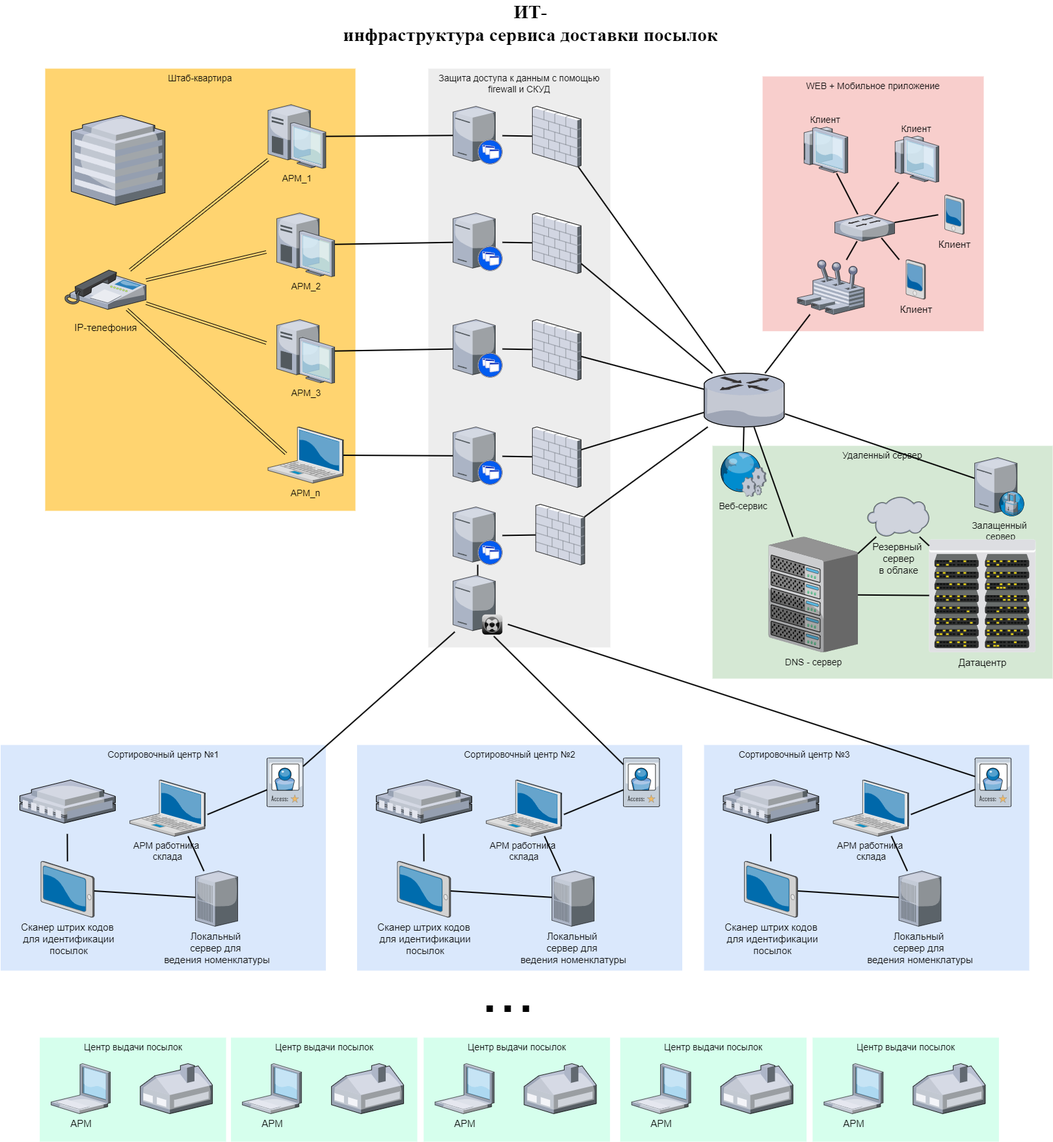
Before: ит инфраструктурус.png, a diagram exported from draw.io (CyM4aTblu/SIAOD_1_3). Source tidied: cells renumbered, new cells last; positions are measured from the earlier drawing's top-left corner, leaving out a move shared by most shapes.
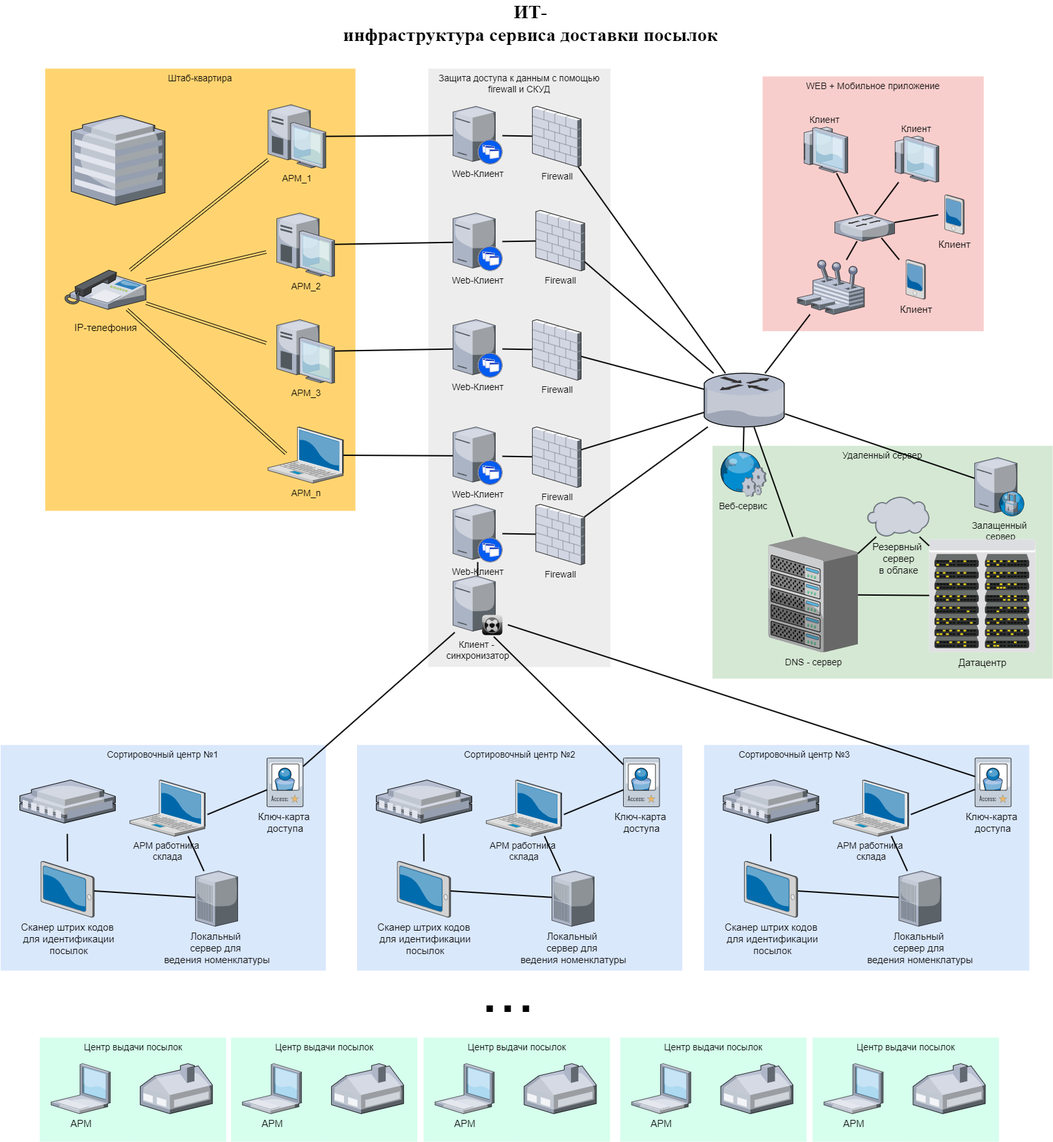
Later version of the same file.

What changed in the source:
```diff
@@ -9,7 +9,7 @@
       <mxGeometry x="1094" y="670" width="523" height="358" as="geometry" />
     </mxCell>
     <mxCell id="4" value="Защита доступа к данным с помощью firewall и СКУД" style="whiteSpace=wrap;html=1;fillColor=#EDEDED;fontSize=14;strokeColor=none;verticalAlign=top;" parent="1" vertex="1">
-      <mxGeometry x="657" y="90" width="280" height="890" as="geometry" />
+      <mxGeometry x="657" y="90" width="280" height="920" as="geometry" />
     </mxCell>
     <mxCell id="5" value="Сортировочный центр №1" style="whiteSpace=wrap;html=1;fillColor=#dae8fc;fontSize=14;strokeColor=none;verticalAlign=top;" parent="1" vertex="1">
       <mxGeometry x="-0.5" y="1130" width="500" height="347" as="geometry" />
@@ -47,31 +47,31 @@
     <mxCell id="16" style="edgeStyle=none;rounded=0;html=1;startSize=10;endSize=10;jettySize=auto;fontSize=14;endArrow=none;endFill=0;strokeWidth=2;" parent="1" edge="1" source="17" target="42">
       <mxGeometry relative="1" as="geometry" />
     </mxCell>
-    <mxCell id="17" style="verticalLabelPosition=bottom;html=1;verticalAlign=top;strokeColor=none;shape=mxgraph.citrix.xenapp_server;fillColor=#66B2FF;gradientColor=#0066CC;fontSize=14;" parent="1" vertex="1">
-      <mxGeometry x="695" y="764" width="76" height="89" as="geometry" />
+    <mxCell id="17" value="Web-Клиент" style="verticalLabelPosition=bottom;html=1;verticalAlign=top;strokeColor=none;shape=mxgraph.citrix.xenapp_server;fillColor=#66B2FF;gradientColor=#0066CC;fontSize=14;" parent="1" vertex="1">
+      <mxGeometry x="695" y="760" width="76" height="89" as="geometry" />
     </mxCell>
     <mxCell id="18" style="edgeStyle=none;rounded=0;html=1;startSize=10;endSize=10;jettySize=auto;fontSize=14;endArrow=none;endFill=0;strokeWidth=2;" parent="1" edge="1" source="19" target="40">
       <mxGeometry relative="1" as="geometry" />
     </mxCell>
-    <mxCell id="19" style="verticalLabelPosition=bottom;html=1;verticalAlign=top;strokeColor=none;shape=mxgraph.citrix.xenapp_server;fillColor=#66B2FF;gradientColor=#0066CC;fontSize=14;" parent="1" vertex="1">
+    <mxCell id="19" value="Web-Клиент" style="verticalLabelPosition=bottom;html=1;verticalAlign=top;strokeColor=none;shape=mxgraph.citrix.xenapp_server;fillColor=#66B2FF;gradientColor=#0066CC;fontSize=14;" parent="1" vertex="1">
       <mxGeometry x="695" y="641" width="76" height="89" as="geometry" />
     </mxCell>
     <mxCell id="20" style="edgeStyle=none;rounded=0;html=1;startSize=10;endSize=10;jettySize=auto;fontSize=14;endArrow=none;endFill=0;strokeWidth=2;" parent="1" edge="1" source="21" target="38">
       <mxGeometry relative="1" as="geometry" />
     </mxCell>
-    <mxCell id="21" style="verticalLabelPosition=bottom;html=1;verticalAlign=top;strokeColor=none;shape=mxgraph.citrix.xenapp_server;fillColor=#66B2FF;gradientColor=#0066CC;fontSize=14;" parent="1" vertex="1">
+    <mxCell id="21" value="Web-Клиент" style="verticalLabelPosition=bottom;html=1;verticalAlign=top;strokeColor=none;shape=mxgraph.citrix.xenapp_server;fillColor=#66B2FF;gradientColor=#0066CC;fontSize=14;" parent="1" vertex="1">
       <mxGeometry x="695" y="476" width="76" height="89" as="geometry" />
     </mxCell>
     <mxCell id="22" style="edgeStyle=none;rounded=0;html=1;startSize=10;endSize=10;jettySize=auto;fontSize=14;endArrow=none;endFill=0;strokeWidth=2;" parent="1" edge="1" source="23" target="36">
       <mxGeometry relative="1" as="geometry" />
     </mxCell>
-    <mxCell id="23" style="verticalLabelPosition=bottom;html=1;verticalAlign=top;strokeColor=none;shape=mxgraph.citrix.xenapp_server;fillColor=#66B2FF;gradientColor=#0066CC;fontSize=14;" parent="1" vertex="1">
+    <mxCell id="23" value="Web-Клиент" style="verticalLabelPosition=bottom;html=1;verticalAlign=top;strokeColor=none;shape=mxgraph.citrix.xenapp_server;fillColor=#66B2FF;gradientColor=#0066CC;fontSize=14;" parent="1" vertex="1">
       <mxGeometry x="695" y="312" width="76" height="89" as="geometry" />
     </mxCell>
     <mxCell id="24" style="edgeStyle=none;rounded=0;html=1;startSize=10;endSize=10;jettySize=auto;fontSize=14;endArrow=none;endFill=0;strokeWidth=2;" parent="1" edge="1" source="25" target="34">
       <mxGeometry relative="1" as="geometry" />
     </mxCell>
-    <mxCell id="25" style="verticalLabelPosition=bottom;html=1;verticalAlign=top;strokeColor=none;shape=mxgraph.citrix.xenapp_server;fillColor=#66B2FF;gradientColor=#0066CC;fontSize=14;" parent="1" vertex="1">
+    <mxCell id="25" value="Web-Клиент" style="verticalLabelPosition=bottom;html=1;verticalAlign=top;strokeColor=none;shape=mxgraph.citrix.xenapp_server;fillColor=#66B2FF;gradientColor=#0066CC;fontSize=14;" parent="1" vertex="1">
       <mxGeometry x="695" y="148" width="76" height="89" as="geometry" />
     </mxCell>
     <mxCell id="26" style="edgeStyle=none;rounded=0;html=1;startSize=10;endSize=10;jettySize=auto;fontSize=14;endArrow=none;endFill=0;strokeWidth=2;" parent="1" edge="1" source="29" target="32">
@@ -89,8 +89,8 @@
     <mxCell id="30" style="edgeStyle=none;rounded=0;html=1;startSize=10;endSize=10;jettySize=auto;fontSize=14;endArrow=none;endFill=0;strokeWidth=2;" parent="1" edge="1" source="31" target="17">
       <mxGeometry relative="1" as="geometry" />
     </mxCell>
-    <mxCell id="31" style="verticalLabelPosition=bottom;html=1;verticalAlign=top;strokeColor=none;shape=mxgraph.citrix.xenclient_synchronizer;fillColor=#CCCCCC;gradientColor=#000000;gradientDirection=south;fontSize=14;" parent="1" vertex="1">
-      <mxGeometry x="695" y="869.2" width="76" height="91" as="geometry" />
+    <mxCell id="31" value="Клиент - &lt;br&gt;синхронизатор" style="verticalLabelPosition=bottom;html=1;verticalAlign=top;strokeColor=none;shape=mxgraph.citrix.xenclient_synchronizer;fillColor=#CCCCCC;gradientColor=#000000;gradientDirection=south;fontSize=14;" parent="1" vertex="1">
+      <mxGeometry x="695" y="870" width="76" height="91" as="geometry" />
     </mxCell>
     <mxCell id="32" value="DNS - сервер" style="verticalLabelPosition=bottom;html=1;verticalAlign=top;strokeColor=none;shape=mxgraph.citrix.chassis;fillColor=#66B2FF;gradientColor=#0066CC;fontSize=14;" parent="1" vertex="1">
       <mxGeometry x="1180" y="810" width="137.5" height="177.5" as="geometry" />
@@ -98,31 +98,31 @@
     <mxCell id="33" style="edgeStyle=none;rounded=0;html=1;startSize=10;endSize=10;jettySize=auto;fontSize=14;endArrow=none;endFill=0;strokeWidth=2;" parent="1" edge="1" source="34" target="29">
       <mxGeometry relative="1" as="geometry" />
     </mxCell>
-    <mxCell id="34" style="verticalLabelPosition=bottom;html=1;verticalAlign=top;strokeColor=none;shape=mxgraph.citrix.firewall;fillColor=#66B2FF;gradientColor=#0066CC;fontSize=14;" parent="1" vertex="1">
+    <mxCell id="34" value="Firewall" style="verticalLabelPosition=bottom;html=1;verticalAlign=top;strokeColor=none;shape=mxgraph.citrix.firewall;fillColor=#66B2FF;gradientColor=#0066CC;fontSize=14;" parent="1" vertex="1">
       <mxGeometry x="817" y="148" width="75" height="93" as="geometry" />
     </mxCell>
     <mxCell id="35" style="edgeStyle=none;rounded=0;html=1;startSize=10;endSize=10;jettySize=auto;fontSize=14;endArrow=none;endFill=0;strokeWidth=2;" parent="1" edge="1" source="36" target="29">
       <mxGeometry relative="1" as="geometry" />
     </mxCell>
-    <mxCell id="36" style="verticalLabelPosition=bottom;html=1;verticalAlign=top;strokeColor=none;shape=mxgraph.citrix.firewall;fillColor=#66B2FF;gradientColor=#0066CC;fontSize=14;" parent="1" vertex="1">
-      <mxGeometry x="817" y="312" width="75" height="93" as="geometry" />
+    <mxCell id="36" value="Firewall" style="verticalLabelPosition=bottom;html=1;verticalAlign=top;strokeColor=none;shape=mxgraph.citrix.firewall;fillColor=#66B2FF;gradientColor=#0066CC;fontSize=14;" parent="1" vertex="1">
+      <mxGeometry x="822.4" y="308" width="75" height="93" as="geometry" />
     </mxCell>
     <mxCell id="37" style="edgeStyle=none;rounded=0;html=1;startSize=10;endSize=10;jettySize=auto;fontSize=14;endArrow=none;endFill=0;strokeWidth=2;" parent="1" edge="1" source="38" target="29">
       <mxGeometry relative="1" as="geometry" />
     </mxCell>
-    <mxCell id="38" style="verticalLabelPosition=bottom;html=1;verticalAlign=top;strokeColor=none;shape=mxgraph.citrix.firewall;fillColor=#66B2FF;gradientColor=#0066CC;fontSize=14;" parent="1" vertex="1">
+    <mxCell id="38" value="Firewall" style="verticalLabelPosition=bottom;html=1;verticalAlign=top;strokeColor=none;shape=mxgraph.citrix.firewall;fillColor=#66B2FF;gradientColor=#0066CC;fontSize=14;" parent="1" vertex="1">
       <mxGeometry x="817" y="476" width="75" height="93" as="geometry" />
     </mxCell>
     <mxCell id="39" style="edgeStyle=none;rounded=0;html=1;startSize=10;endSize=10;jettySize=auto;fontSize=14;endArrow=none;endFill=0;strokeWidth=2;" parent="1" edge="1" source="40" target="29">
       <mxGeometry relative="1" as="geometry" />
     </mxCell>
-    <mxCell id="40" style="verticalLabelPosition=bottom;html=1;verticalAlign=top;strokeColor=none;shape=mxgraph.citrix.firewall;fillColor=#66B2FF;gradientColor=#0066CC;fontSize=14;" parent="1" vertex="1">
+    <mxCell id="40" value="Firewall" style="verticalLabelPosition=bottom;html=1;verticalAlign=top;strokeColor=none;shape=mxgraph.citrix.firewall;fillColor=#66B2FF;gradientColor=#0066CC;fontSize=14;" parent="1" vertex="1">
       <mxGeometry x="817" y="641" width="75" height="93" as="geometry" />
     </mxCell>
     <mxCell id="41" style="edgeStyle=none;rounded=0;html=1;startSize=10;endSize=10;jettySize=auto;fontSize=14;endArrow=none;endFill=0;strokeWidth=2;" parent="1" edge="1" source="42" target="29">
       <mxGeometry relative="1" as="geometry" />
     </mxCell>
-    <mxCell id="42" style="verticalLabelPosition=bottom;html=1;verticalAlign=top;strokeColor=none;shape=mxgraph.citrix.firewall;fillColor=#66B2FF;gradientColor=#0066CC;fontSize=14;" parent="1" vertex="1">
+    <mxCell id="42" value="Firewall" style="verticalLabelPosition=bottom;html=1;verticalAlign=top;strokeColor=none;shape=mxgraph.citrix.firewall;fillColor=#66B2FF;gradientColor=#0066CC;fontSize=14;" parent="1" vertex="1">
       <mxGeometry x="822.4" y="760" width="75" height="93" as="geometry" />
     </mxCell>
     <mxCell id="43" style="verticalLabelPosition=bottom;html=1;verticalAlign=top;strokeColor=none;shape=mxgraph.citrix.hq_enterprise;fillColor=#66B2FF;gradientColor=#0066CC;fontSize=14;" parent="1" vertex="1">
@@ -215,7 +215,7 @@
         <mxPoint x="102" y="1266.9" as="targetPoint" />
       </mxGeometry>
     </mxCell>
-    <mxCell id="69" style="verticalLabelPosition=bottom;sketch=0;html=1;verticalAlign=top;strokeColor=none;align=center;outlineConnect=0;shape=mxgraph.citrix.access_card;fontSize=15;" parent="1" vertex="1">
+    <mxCell id="69" value="Ключ-карта&amp;nbsp;&lt;br&gt;доступа" style="verticalLabelPosition=bottom;sketch=0;html=1;verticalAlign=top;strokeColor=none;align=center;outlineConnect=0;shape=mxgraph.citrix.access_card;fontSize=15;" parent="1" vertex="1">
       <mxGeometry x="409" y="1150" width="55.5" height="75" as="geometry" />
     </mxCell>
     <mxCell id="70" style="edgeStyle=none;rounded=0;html=1;startSize=10;endSize=10;jettySize=auto;fontSize=14;endArrow=none;endFill=0;strokeWidth=2;entryX=1.03;entryY=0.613;entryDx=0;entryDy=0;entryPerimeter=0;" parent="1" edge="1" source="69" target="7">
@@ -259,7 +259,7 @@
         <mxPoint x="1183.5" y="1266.9" as="targetPoint" />
       </mxGeometry>
     </mxCell>
-    <mxCell id="83" style="verticalLabelPosition=bottom;sketch=0;html=1;verticalAlign=top;strokeColor=none;align=center;outlineConnect=0;shape=mxgraph.citrix.access_card;fontSize=15;" parent="1" vertex="1">
+    <mxCell id="83" value="Ключ-карта&amp;nbsp;&lt;br&gt;доступа" style="verticalLabelPosition=bottom;sketch=0;html=1;verticalAlign=top;strokeColor=none;align=center;outlineConnect=0;shape=mxgraph.citrix.access_card;fontSize=15;" parent="1" vertex="1">
       <mxGeometry x="1497.6" y="1150" width="55.5" height="75" as="geometry" />
     </mxCell>
     <mxCell id="84" style="edgeStyle=none;rounded=0;html=1;startSize=10;endSize=10;jettySize=auto;fontSize=14;endArrow=none;endFill=0;strokeWidth=2;entryX=1.03;entryY=0.613;entryDx=0;entryDy=0;entryPerimeter=0;" parent="1" edge="1" source="83" target="79">
@@ -291,7 +291,7 @@
         <mxPoint x="650" y="1266.9" as="targetPoint" />
       </mxGeometry>
     </mxCell>
-    <mxCell id="93" style="verticalLabelPosition=bottom;sketch=0;html=1;verticalAlign=top;strokeColor=none;align=center;outlineConnect=0;shape=mxgraph.citrix.access_card;fontSize=15;" parent="1" vertex="1">
+    <mxCell id="93" value="Ключ-карта&amp;nbsp;&lt;br&gt;доступа" style="verticalLabelPosition=bottom;sketch=0;html=1;verticalAlign=top;strokeColor=none;align=center;outlineConnect=0;shape=mxgraph.citrix.access_card;fontSize=15;" parent="1" vertex="1">
       <mxGeometry x="957" y="1150" width="55.5" height="75" as="geometry" />
     </mxCell>
     <mxCell id="94" style="edgeStyle=none;rounded=0;html=1;startSize=10;endSize=10;jettySize=auto;fontSize=14;endArrow=none;endFill=0;strokeWidth=2;entryX=1.03;entryY=0.613;entryDx=0;entryDy=0;entryPerimeter=0;" parent="1" edge="1" source="93" target="89">
```
